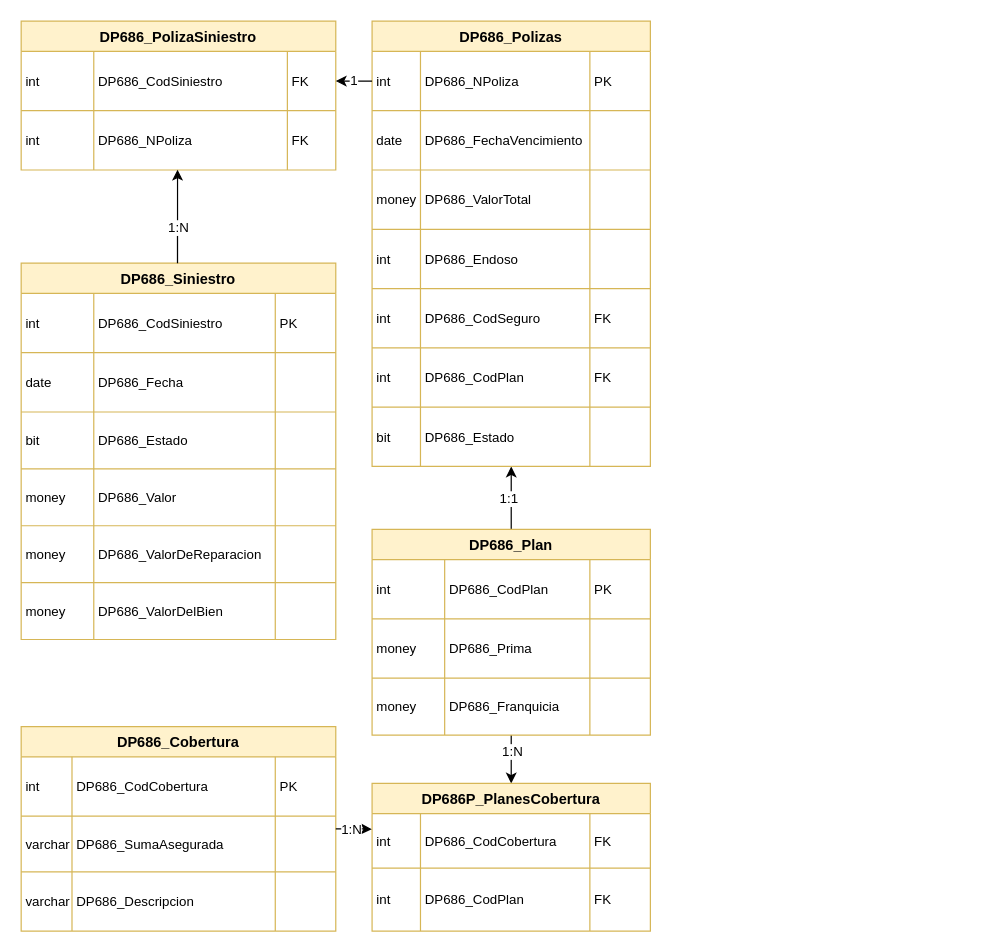
Above: page "Registrar siniestro/AuditarSiniestro" (8 of 15) of Ing. SW/Ing. SW/DER/DER.drawio in Danunu04/Proyects (draw.io), before the change. Source tidied: cells renumbered, new cells numbered last; positions are measured from the earlier drawing's top-left corner, leaving out a move shared by most shapes. Both pictures are drawn from the tidied source at 121%, with x=0, y=0 at pixel (21, 21).
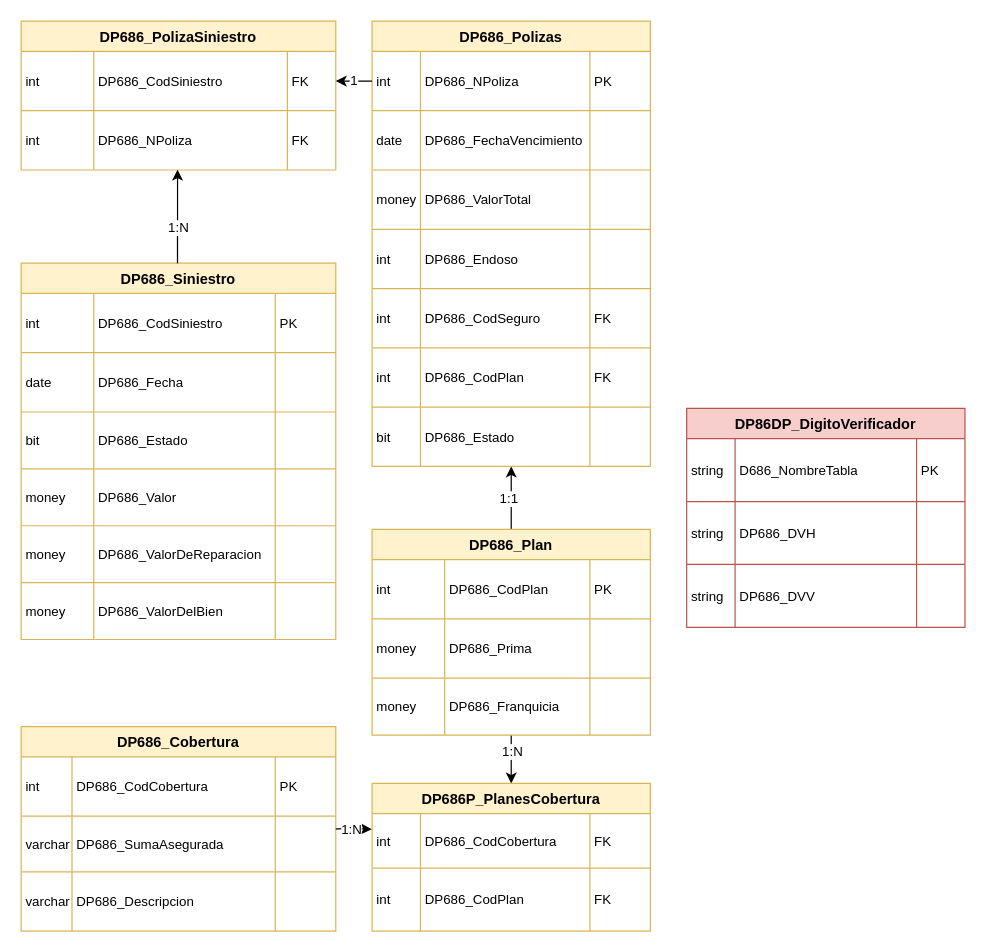
The same page after the edit.

Change to the diagram source:
```diff
@@
+    <mxCell id="110" value="DP86DP_DigitoVerificador" style="shape=table;startSize=25;childLayout=tableLayout;rowLines=1;fontStyle=1;align=center;fillColor=#f8cecc;strokeColor=#b85450;" parent="1" vertex="1">
+      <mxGeometry x="550" y="320" width="230" height="181" as="geometry" />
+    </mxCell>
+    <mxCell id="111" style="shape=tableRow;horizontal=0;startSize=0;swimlaneHead=0;swimlaneBody=0;fillColor=none;top=0;left=0;right=0;bottom=0;" parent="110" vertex="1">
+      <mxGeometry y="25" width="230" height="52" as="geometry" />
+    </mxCell>
+    <mxCell id="112" value="string" style="shape=partialRectangle;fillColor=none;top=0;left=0;bottom=0;right=0;align=left;spacingLeft=2;overflow=hidden;fontSize=11;" parent="111" vertex="1">
+      <mxGeometry width="40" height="52" as="geometry" />
+    </mxCell>
+    <mxCell id="113" value="D686_NombreTabla" style="shape=partialRectangle;fillColor=none;top=0;left=0;bottom=0;right=0;align=left;spacingLeft=2;overflow=hidden;fontSize=11;" parent="111" vertex="1">
+      <mxGeometry x="40" width="150" height="52" as="geometry" />
+    </mxCell>
+    <mxCell id="114" value="PK" style="shape=partialRectangle;fillColor=none;top=0;left=0;bottom=0;right=0;align=left;spacingLeft=2;overflow=hidden;fontSize=11;" parent="111" vertex="1">
+      <mxGeometry x="190" width="40" height="52" as="geometry" />
+    </mxCell>
+    <mxCell id="115" style="shape=tableRow;horizontal=0;startSize=0;swimlaneHead=0;swimlaneBody=0;fillColor=none;top=0;left=0;right=0;bottom=0;" parent="110" vertex="1">
+      <mxGeometry y="77" width="230" height="52" as="geometry" />
+    </mxCell>
+    <mxCell id="116" value="string" style="shape=partialRectangle;fillColor=none;top=0;left=0;bottom=0;right=0;align=left;spacingLeft=2;overflow=hidden;fontSize=11;" parent="115" vertex="1">
+      <mxGeometry width="40" height="52" as="geometry" />
+    </mxCell>
+    <mxCell id="117" value="DP686_DVH" style="shape=partialRectangle;fillColor=none;top=0;left=0;bottom=0;right=0;align=left;spacingLeft=2;overflow=hidden;fontSize=11;" parent="115" vertex="1">
+      <mxGeometry x="40" width="150" height="52" as="geometry" />
+    </mxCell>
+    <mxCell id="118" style="shape=partialRectangle;fillColor=none;top=0;left=0;bottom=0;right=0;align=left;spacingLeft=2;overflow=hidden;fontSize=11;" parent="115" vertex="1">
+      <mxGeometry x="190" width="40" height="52" as="geometry" />
+    </mxCell>
+    <mxCell id="119" style="shape=tableRow;horizontal=0;startSize=0;swimlaneHead=0;swimlaneBody=0;fillColor=none;top=0;left=0;right=0;bottom=0;" parent="110" vertex="1">
+      <mxGeometry y="129" width="230" height="52" as="geometry" />
+    </mxCell>
+    <mxCell id="120" value="string" style="shape=partialRectangle;fillColor=none;top=0;left=0;bottom=0;right=0;align=left;spacingLeft=2;overflow=hidden;fontSize=11;" parent="119" vertex="1">
+      <mxGeometry width="40" height="52" as="geometry" />
+    </mxCell>
+    <mxCell id="121" value="DP686_DVV" style="shape=partialRectangle;fillColor=none;top=0;left=0;bottom=0;right=0;align=left;spacingLeft=2;overflow=hidden;fontSize=11;" parent="119" vertex="1">
+      <mxGeometry x="40" width="150" height="52" as="geometry" />
+    </mxCell>
+    <mxCell id="122" style="shape=partialRectangle;fillColor=none;top=0;left=0;bottom=0;right=0;align=left;spacingLeft=2;overflow=hidden;fontSize=11;" parent="119" vertex="1">
+      <mxGeometry x="190" width="40" height="52" as="geometry" />
+    </mxCell>
```
